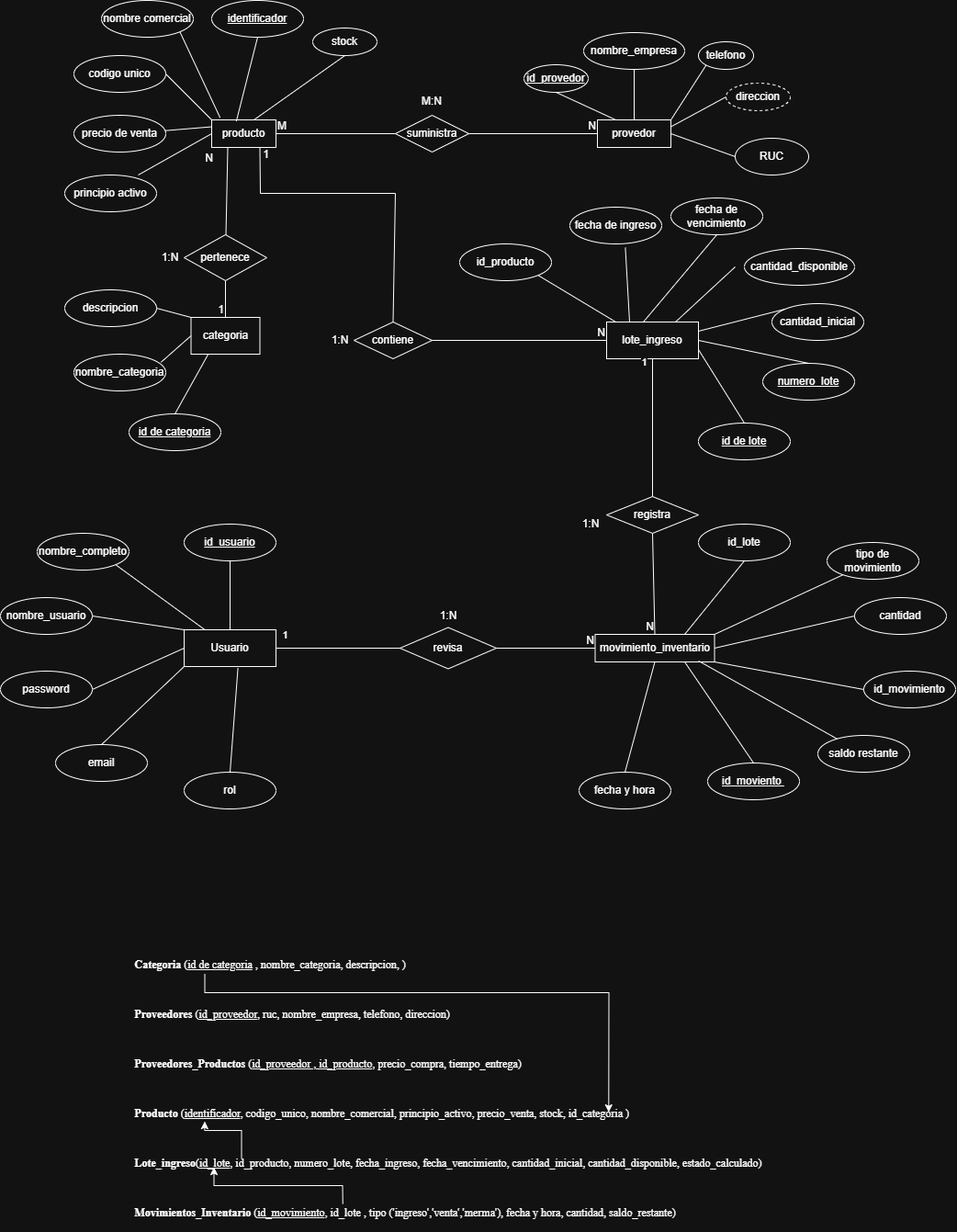
Before: Modelo-ER-ProyectoU1.png, a diagram exported from draw.io (Criss-21/Proyecto_BD_U01). Source tidied: cells renumbered, new cells last; positions are measured from the earlier drawing's top-left corner, leaving out a move shared by most shapes.
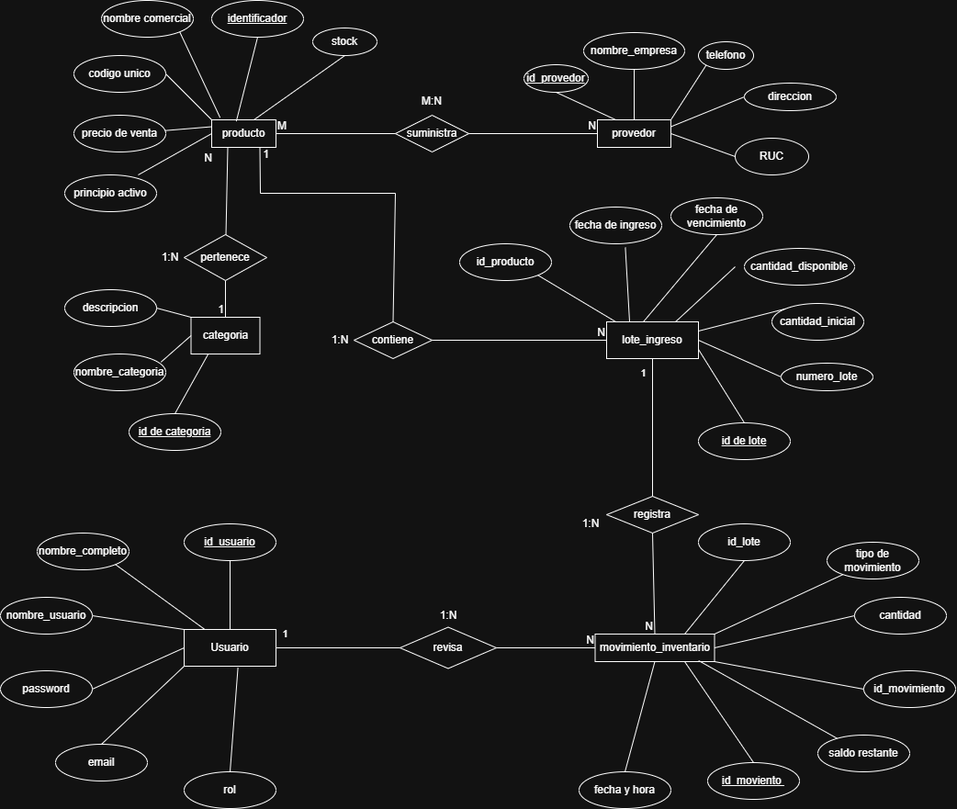
The same file after the commit.

The edit, as a diff of the source:
```diff
@@ -53,9 +53,6 @@
     <mxCell id="18" value="telefono" style="ellipse;whiteSpace=wrap;html=1;align=center;" parent="1" vertex="1">
       <mxGeometry x="760" y="45" width="60" height="30" as="geometry" />
     </mxCell>
-    <mxCell id="19" value="direccion" style="ellipse;whiteSpace=wrap;html=1;align=center;dashed=1;" parent="1" vertex="1">
-      <mxGeometry x="790" y="90" width="70" height="30" as="geometry" />
-    </mxCell>
     <mxCell id="20" style="endArrow=none;html=1;rounded=0;entryX=0.5;entryY=1;entryDx=0;entryDy=0;exitX=0.25;exitY=0;exitDx=0;exitDy=0;" parent="1" edge="1" source="15" target="16">
       <mxGeometry relative="1" as="geometry" />
     </mxCell>
@@ -227,7 +224,7 @@
     </mxCell>
     <mxCell id="72" value="1" style="edgeLabel;html=1;align=center;verticalAlign=middle;" parent="71" vertex="1">
       <mxGeometry x="0.92" relative="1" as="geometry">
-        <mxPoint x="-10" y="-2" as="offset" />
+        <mxPoint x="-10" y="9" as="offset" />
       </mxGeometry>
     </mxCell>
     <mxCell id="73" value="registra" style="shape=rhombus;perimeter=rhombusPerimeter;whiteSpace=wrap;html=1;align=center;" parent="1" vertex="1">
@@ -265,10 +262,7 @@
     <mxCell id="83" value="cantidad_disponible" style="ellipse;whiteSpace=wrap;html=1;align=center;" parent="1" vertex="1">
       <mxGeometry x="810" y="270" width="120" height="40" as="geometry" />
     </mxCell>
-    <mxCell id="84" value="numero_lote" style="ellipse;whiteSpace=wrap;html=1;align=center;fontStyle=4;" parent="1" vertex="1">
-      <mxGeometry x="830" y="395" width="100" height="40" as="geometry" />
-    </mxCell>
-    <mxCell id="85" style="endArrow=none;html=1;rounded=0;entryX=1;entryY=0.5;entryDx=0;entryDy=0;exitX=0.5;exitY=0;exitDx=0;exitDy=0;" parent="1" edge="1" source="84" target="33">
+    <mxCell id="85" style="endArrow=none;html=1;rounded=0;entryX=1;entryY=0.5;entryDx=0;entryDy=0;exitX=0;exitY=0.5;exitDx=0;exitDy=0;" parent="1" edge="1" source="84" target="33">
       <mxGeometry relative="1" as="geometry" />
     </mxCell>
     <mxCell id="86" value="id_movimiento" style="ellipse;whiteSpace=wrap;html=1;align=center;" parent="1" vertex="1">
@@ -277,37 +271,6 @@
     <mxCell id="87" style="endArrow=none;html=1;rounded=0;entryX=1;entryY=1;entryDx=0;entryDy=0;exitX=0;exitY=0.5;exitDx=0;exitDy=0;" parent="1" edge="1" source="86" target="46">
       <mxGeometry relative="1" as="geometry" />
     </mxCell>
-    <mxCell id="88" value="&lt;p class=&quot;MsoNormal&quot; style=&quot;text-align:justify;line-height:normal&quot;&gt;&lt;b&gt;&lt;span style=&quot;font-family:&amp;quot;Times New Roman&amp;quot;,serif&quot;&gt;Categoria&lt;/span&gt;&lt;/b&gt;&lt;span style=&quot;font-family:&amp;quot;Times New Roman&amp;quot;,serif&quot;&gt;&amp;nbsp;(&lt;u&gt;id de categoria&lt;/u&gt; , nombre_categoria, descripcion, )&lt;/span&gt;&lt;/p&gt;&lt;p class=&quot;MsoNormal&quot; style=&quot;text-align:justify;line-height:normal&quot;&gt;&lt;span style=&quot;font-family:&amp;quot;Times New Roman&amp;quot;,serif&quot;&gt;&lt;br&gt;&lt;/span&gt;&lt;/p&gt;&lt;p class=&quot;MsoNormal&quot; style=&quot;text-align:justify;line-height:normal&quot;&gt;&lt;b&gt;&lt;span style=&quot;font-family:&amp;quot;Times New Roman&amp;quot;,serif&quot;&gt;Proveedores&lt;/span&gt;&lt;/b&gt;&lt;span style=&quot;font-family:&amp;quot;Times New Roman&amp;quot;,serif&quot;&gt; (&lt;u&gt;id_proveedor&lt;/u&gt;, ruc, nombre_empresa, telefono, direccion)&lt;/span&gt;&lt;/p&gt;&lt;p class=&quot;MsoNormal&quot; style=&quot;text-align:justify;line-height:normal&quot;&gt;&lt;span style=&quot;font-family:&amp;quot;Times New Roman&amp;quot;,serif&quot;&gt;&lt;br&gt;&lt;/span&gt;&lt;/p&gt;&lt;p class=&quot;MsoNormal&quot; style=&quot;text-align:justify;line-height:normal&quot;&gt;&lt;b&gt;&lt;span style=&quot;font-family:&amp;quot;Times New Roman&amp;quot;,serif&quot;&gt;Proveedores_Productos&lt;/span&gt;&lt;/b&gt;&lt;span style=&quot;font-family:&amp;quot;Times New Roman&amp;quot;,serif&quot;&gt; (&lt;u&gt;id_proveedor , id_producto&lt;/u&gt;, precio_compra, tiempo_entrega)&lt;/span&gt;&lt;/p&gt;&lt;p class=&quot;MsoNormal&quot; style=&quot;text-align:justify;line-height:normal&quot;&gt;&lt;span style=&quot;font-family:&amp;quot;Times New Roman&amp;quot;,serif&quot;&gt;&lt;br&gt;&lt;/span&gt;&lt;/p&gt;&lt;p class=&quot;MsoNormal&quot; style=&quot;text-align:justify;line-height:normal&quot;&gt;&lt;b&gt;&lt;span style=&quot;font-family:&amp;quot;Times New Roman&amp;quot;,serif&quot;&gt;Producto&lt;/span&gt;&lt;/b&gt;&lt;span style=&quot;font-family:&amp;quot;Times New Roman&amp;quot;,serif&quot;&gt;&amp;nbsp;(&lt;u&gt;identificador&lt;/u&gt;, codigo_unico, nombre_comercial, principio_activo, precio_venta, stock, id_categoria )&lt;/span&gt;&lt;/p&gt;&lt;p class=&quot;MsoNormal&quot; style=&quot;text-align:justify;line-height:normal&quot;&gt;&lt;span style=&quot;font-family:&amp;quot;Times New Roman&amp;quot;,serif&quot;&gt;&lt;br&gt;&lt;/span&gt;&lt;/p&gt;&lt;p class=&quot;MsoNormal&quot; style=&quot;text-align:justify;line-height:normal&quot;&gt;&lt;b&gt;&lt;span style=&quot;font-family:&amp;quot;Times New Roman&amp;quot;,serif&quot;&gt;Lote_ingreso&lt;/span&gt;&lt;/b&gt;&lt;span style=&quot;font-family:&amp;quot;Times New Roman&amp;quot;,serif&quot;&gt;(&lt;u&gt;id_lote&lt;/u&gt;, id_producto, numero_lote, fecha_ingreso, fecha_vencimiento, cantidad_inicial, cantidad_disponible, estado_calculado)&lt;/span&gt;&lt;/p&gt;&lt;p class=&quot;MsoNormal&quot; style=&quot;text-align:justify;line-height:normal&quot;&gt;&lt;span style=&quot;font-family:&amp;quot;Times New Roman&amp;quot;,serif&quot;&gt;&lt;br&gt;&lt;/span&gt;&lt;/p&gt;&lt;p class=&quot;MsoNormal&quot; style=&quot;text-align:justify;line-height:normal&quot;&gt;&lt;b&gt;&lt;span style=&quot;font-family:&amp;quot;Times New Roman&amp;quot;,serif&quot;&gt;Movimientos_Inventario&lt;/span&gt;&lt;/b&gt;&lt;span style=&quot;font-family:&amp;quot;Times New Roman&amp;quot;,serif&quot;&gt; (&lt;u&gt;id_movimiento&lt;/u&gt;, id_lote , tipo ('ingreso','venta','merma'), fecha y hora, cantidad, saldo_restante)&lt;/span&gt;&lt;/p&gt;" style="text;html=1;whiteSpace=wrap;strokeColor=none;fillColor=none;align=center;verticalAlign=middle;rounded=0;" parent="1" vertex="1">
-      <mxGeometry x="102.5" y="1030" width="770" height="310" as="geometry" />
-    </mxCell>
-    <mxCell id="89" style="endArrow=classic;html=1;rounded=0;entryX=0.727;entryY=0.581;entryDx=0;entryDy=0;entryPerimeter=0;" parent="1" edge="1" target="88">
-      <mxGeometry relative="1" as="geometry">
-        <mxPoint x="222.5" y="1060" as="sourcePoint" />
-        <Array as="points">
-          <mxPoint x="222.5" y="1080" />
-          <mxPoint x="662.5" y="1080" />
-        </Array>
-      </mxGeometry>
-    </mxCell>
-    <mxCell id="90" style="endArrow=classic;html=1;rounded=0;entryX=0.156;entryY=0.613;entryDx=0;entryDy=0;entryPerimeter=0;exitX=0.208;exitY=0.742;exitDx=0;exitDy=0;exitPerimeter=0;" parent="1" edge="1">
-      <mxGeometry relative="1" as="geometry">
-        <mxPoint x="262.5" y="1260" as="sourcePoint" />
-        <mxPoint x="222.5" y="1220" as="targetPoint" />
-        <Array as="points">
-          <mxPoint x="262.5" y="1230" />
-          <mxPoint x="222.3" y="1230" />
-        </Array>
-      </mxGeometry>
-    </mxCell>
-    <mxCell id="91" style="endArrow=classic;html=1;rounded=0;exitX=0.351;exitY=0.903;exitDx=0;exitDy=0;exitPerimeter=0;" parent="1" edge="1" source="88">
-      <mxGeometry relative="1" as="geometry">
-        <mxPoint x="232.5" y="1270" as="targetPoint" />
-        <Array as="points">
-          <mxPoint x="372.5" y="1290" />
-          <mxPoint x="232.5" y="1290" />
-        </Array>
-      </mxGeometry>
-    </mxCell>
     <mxCell id="92" value="Usuario" style="whiteSpace=wrap;html=1;align=center;" parent="1" vertex="1">
       <mxGeometry x="200" y="685" width="100" height="40" as="geometry" />
     </mxCell>
@@ -367,5 +330,11 @@
     <mxCell id="110" value="1:N" style="text;html=1;whiteSpace=wrap;strokeColor=none;fillColor=none;align=center;verticalAlign=middle;rounded=0;" parent="1" vertex="1">
       <mxGeometry x="457.5" y="655" width="60" height="30" as="geometry" />
     </mxCell>
+    <mxCell id="19" value="direccion" style="ellipse;whiteSpace=wrap;html=1;align=center;" parent="1" vertex="1">
+      <mxGeometry x="810" y="90" width="100" height="30" as="geometry" />
+    </mxCell>
+    <mxCell id="84" value="numero_lote" style="ellipse;whiteSpace=wrap;html=1;align=center;" parent="1" vertex="1">
+      <mxGeometry x="850" y="395" width="100" height="30" as="geometry" />
+    </mxCell>
   </root>
 </mxGraphModel>
```
